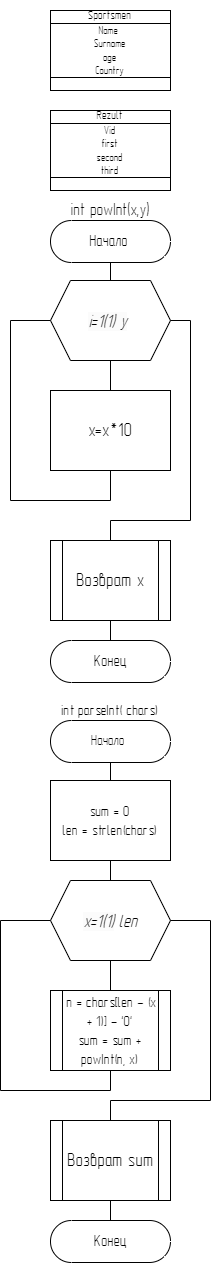
Earlier version of the draw.io export LAB_VP_7_1_1.png (KirillBaboshko/LaB_VP7). Source tidied: cells renumbered, new cells last; positions are measured from the earlier drawing's top-left corner, leaving out a move shared by most shapes.
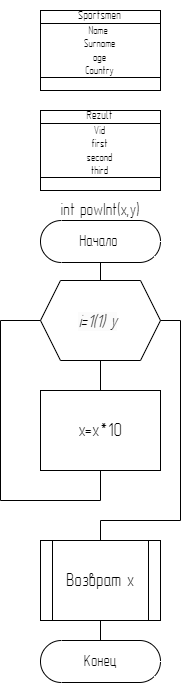
After the commit.

What changed in the source:
```diff
@@ -20,49 +20,6 @@
     <mxCell id="7" value="&lt;font face=&quot;GOST Type A&quot;&gt;Rezult&lt;/font&gt;" style="text;html=1;strokeColor=none;fillColor=none;align=center;verticalAlign=middle;whiteSpace=wrap;rounded=0;" parent="1" vertex="1">
       <mxGeometry x="80" y="110" width="60" height="30" as="geometry" />
     </mxCell>
-    <mxCell id="8" value="&lt;font style=&quot;font-size: 14px;&quot;&gt;Начало&amp;nbsp;&lt;/font&gt;" style="html=1;dashed=0;whiteSpace=wrap;shape=mxgraph.dfd.start;fontFamily=GOST type A;" parent="1" vertex="1">
-      <mxGeometry x="50" y="730" width="120" height="42" as="geometry" />
-    </mxCell>
-    <mxCell id="9" value="&lt;font face=&quot;GOST Type A&quot; style=&quot;font-size: 15px;&quot;&gt;int parseInt( chars)&lt;/font&gt;" style="text;html=1;strokeColor=none;fillColor=none;align=center;verticalAlign=middle;whiteSpace=wrap;rounded=0;" parent="1" vertex="1">
-      <mxGeometry x="40" y="710" width="140" height="20" as="geometry" />
-    </mxCell>
-    <mxCell id="10" style="endArrow=none;html=1;rounded=0;entryX=0.5;entryY=0.5;entryDx=0;entryDy=21;entryPerimeter=0;exitX=0.5;exitY=0;exitDx=0;exitDy=0;" parent="1" edge="1" source="11" target="8">
-      <mxGeometry relative="1" as="geometry" />
-    </mxCell>
-    <mxCell id="11" value="&lt;div style=&quot;font-size: 15px;&quot;&gt;&lt;div style=&quot;&quot;&gt;&lt;div&gt;&lt;font face=&quot;GOST Type A&quot;&gt;sum = 0&lt;/font&gt;&lt;/div&gt;&lt;div&gt;&lt;font face=&quot;GOST Type A&quot;&gt;len = strlen(chars)&lt;/font&gt;&lt;/div&gt;&lt;/div&gt;&lt;/div&gt;" style="rounded=0;whiteSpace=wrap;html=1;" parent="1" vertex="1">
-      <mxGeometry x="50" y="790" width="120" height="80" as="geometry" />
-    </mxCell>
-    <mxCell id="12" style="endArrow=none;html=1;rounded=0;exitX=0.5;exitY=1;exitDx=0;exitDy=0;entryX=0.5;entryY=0;entryDx=0;entryDy=0;" parent="1" edge="1" source="11" target="13">
-      <mxGeometry relative="1" as="geometry" />
-    </mxCell>
-    <mxCell id="13" value="&lt;font style=&quot;font-size: 18px;&quot;&gt;&lt;font style=&quot;font-size: 18px;&quot; face=&quot;GOST Type A&quot;&gt;&lt;i style=&quot;border-color: var(--border-color); color: rgb(0, 0, 0); font-variant-ligatures: normal; font-variant-caps: normal; font-weight: 400; letter-spacing: normal; orphans: 2; text-align: center; text-indent: 0px; text-transform: none; widows: 2; word-spacing: 0px; -webkit-text-stroke-width: 0px; background-color: rgb(251, 251, 251); text-decoration-thickness: initial; text-decoration-style: initial; text-decoration-color: initial;&quot;&gt;x=1(1)&lt;/i&gt;&lt;/font&gt;&lt;font style=&quot;font-size: 18px;&quot; face=&quot;GOST Type A&quot;&gt;&lt;i&gt;&amp;nbsp;len&lt;/i&gt;&lt;/font&gt;&lt;/font&gt;" style="shape=hexagon;perimeter=hexagonPerimeter2;whiteSpace=wrap;html=1;fixedSize=1;fontSize=20;" parent="1" vertex="1">
-      <mxGeometry x="50" y="890" width="120" height="80" as="geometry" />
-    </mxCell>
-    <mxCell id="14" style="endArrow=none;html=1;rounded=0;entryX=0.5;entryY=1;entryDx=0;entryDy=0;" parent="1" edge="1" target="13">
-      <mxGeometry relative="1" as="geometry">
-        <mxPoint x="110" y="1000" as="sourcePoint" />
-      </mxGeometry>
-    </mxCell>
-    <mxCell id="15" style="endArrow=none;html=1;rounded=0;exitX=0;exitY=0.5;exitDx=0;exitDy=0;entryX=0.5;entryY=1;entryDx=0;entryDy=0;" parent="1" edge="1" source="13">
-      <mxGeometry relative="1" as="geometry">
-        <mxPoint x="110" y="1080" as="targetPoint" />
-        <Array as="points">
-          <mxPoint y="930" />
-          <mxPoint y="1100" />
-          <mxPoint x="110" y="1100" />
-        </Array>
-      </mxGeometry>
-    </mxCell>
-    <mxCell id="16" style="endArrow=none;html=1;rounded=0;entryX=1;entryY=0.5;entryDx=0;entryDy=0;" parent="1" edge="1" target="13">
-      <mxGeometry relative="1" as="geometry">
-        <mxPoint x="110" y="1130" as="sourcePoint" />
-        <Array as="points">
-          <mxPoint x="110" y="1110" />
-          <mxPoint x="210" y="1110" />
-          <mxPoint x="210" y="930" />
-        </Array>
-      </mxGeometry>
-    </mxCell>
     <mxCell id="17" value="&lt;font style=&quot;font-size: 16px;&quot;&gt;Начало&amp;nbsp;&lt;/font&gt;" style="html=1;dashed=0;whiteSpace=wrap;shape=mxgraph.dfd.start;fontFamily=GOST type A;" parent="1" vertex="1">
       <mxGeometry x="50" y="230" width="120" height="42" as="geometry" />
     </mxCell>
@@ -114,20 +71,5 @@
     <mxCell id="27" value="&lt;span style=&quot;font-size: 16px;&quot;&gt;Конец&lt;/span&gt;" style="html=1;dashed=0;whiteSpace=wrap;shape=mxgraph.dfd.start;fontFamily=GOST type A;" parent="1" vertex="1">
       <mxGeometry x="50" y="650" width="120" height="42" as="geometry" />
     </mxCell>
-    <mxCell id="28" value="&lt;div style=&quot;font-size: 15px;&quot;&gt;&lt;font style=&quot;font-size: 15px;&quot; face=&quot;GOST Type A&quot;&gt;&amp;nbsp;n = chars[len - (x + 1)] - '0'&lt;/font&gt;&lt;/div&gt;&lt;div style=&quot;font-size: 15px;&quot;&gt;&lt;font style=&quot;font-size: 15px;&quot; face=&quot;GOST Type A&quot;&gt;sum = sum + powInt(n, x)&lt;/font&gt;&lt;/div&gt;" style="shape=process;whiteSpace=wrap;html=1;backgroundOutline=1;" parent="1" vertex="1">
-      <mxGeometry x="50" y="1000" width="120" height="80" as="geometry" />
-    </mxCell>
-    <mxCell id="29" value="&lt;font style=&quot;font-size: 19px;&quot; face=&quot;GOST Type A&quot;&gt;Возврат sum&lt;/font&gt;" style="shape=process;whiteSpace=wrap;html=1;backgroundOutline=1;" parent="1" vertex="1">
-      <mxGeometry x="50" y="1130" width="120" height="80" as="geometry" />
-    </mxCell>
-    <mxCell id="30" style="endArrow=none;html=1;rounded=0;entryX=0.5;entryY=1;entryDx=0;entryDy=0;" parent="1" edge="1">
-      <mxGeometry relative="1" as="geometry">
-        <mxPoint x="110" y="1230" as="sourcePoint" />
-        <mxPoint x="110" y="1210" as="targetPoint" />
-      </mxGeometry>
-    </mxCell>
-    <mxCell id="31" value="&lt;span style=&quot;font-size: 16px;&quot;&gt;Конец&lt;/span&gt;" style="html=1;dashed=0;whiteSpace=wrap;shape=mxgraph.dfd.start;fontFamily=GOST type A;" parent="1" vertex="1">
-      <mxGeometry x="50" y="1230" width="120" height="42" as="geometry" />
-    </mxCell>
   </root>
 </mxGraphModel>
```
